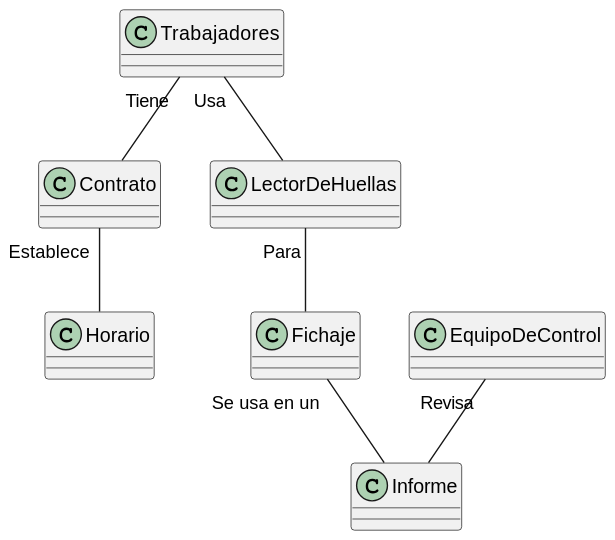
Earlier version of the PlantUML export imagenes/modelosUML/modeloDelDominio/mdd003.svg (mmasias/23-24-IdSw1-SDR).
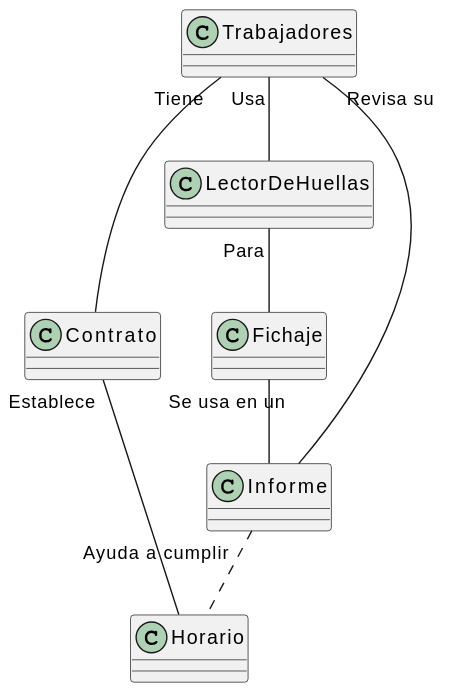
After the commit.

Diff of the diagram source:
```diff
@@ -1,5 +1,4 @@
 @startuml
-
 class Contrato {
 
 }
@@ -24,15 +23,13 @@
 
 }
 
-class EquipoDeControl {
 
-}
 
 Contrato "Establece" -- Horario
 Trabajadores "Tiene" --  Contrato
 Trabajadores "Usa" -- LectorDeHuellas
 LectorDeHuellas "Para" -- Fichaje
 Fichaje "Se usa en un" -- Informe
-EquipoDeControl "Revisa" -- Informe
-
+Trabajadores"Revisa su" -- Informe
+Informe "Ayuda a cumplir" .. Horario
 @enduml
```
